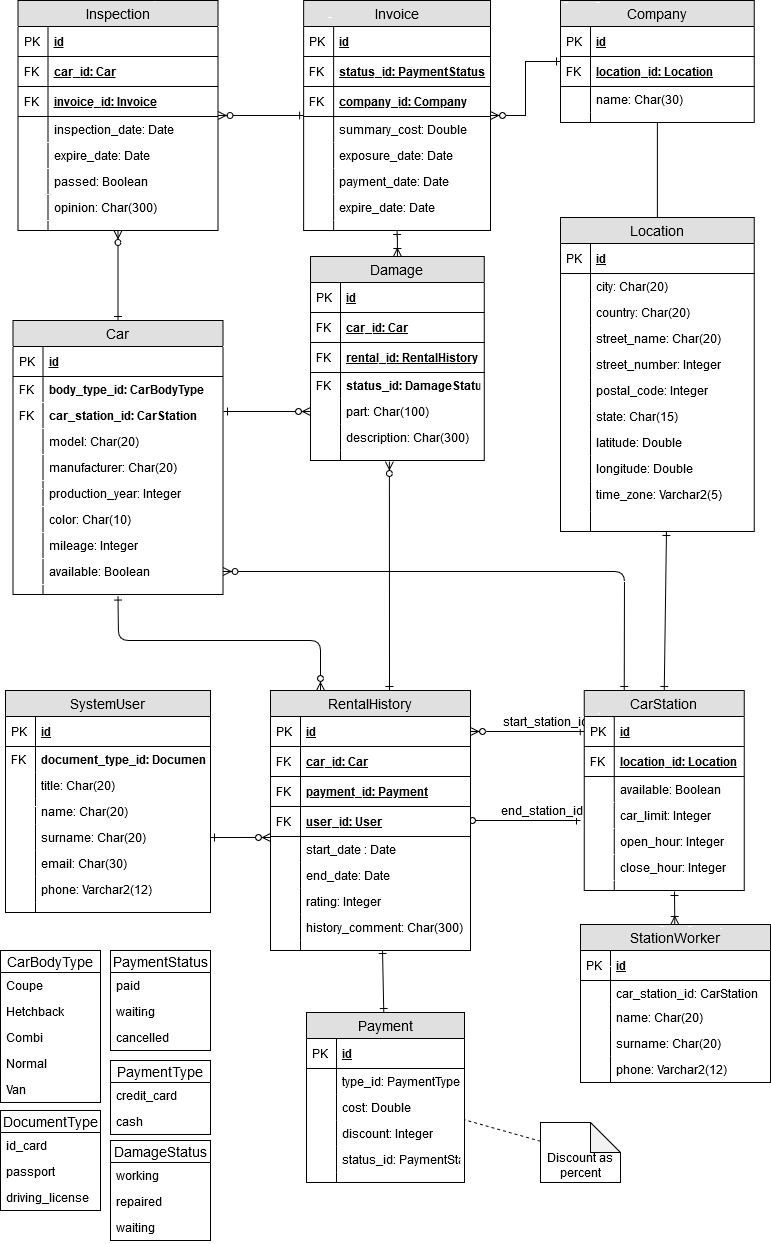
Before: ERD.png, a diagram exported from draw.io (mosurekImagination/ZSBD-studies-course). Source tidied: cells renumbered, new cells last; positions are measured from the earlier drawing's top-left corner, leaving out a move shared by most shapes.
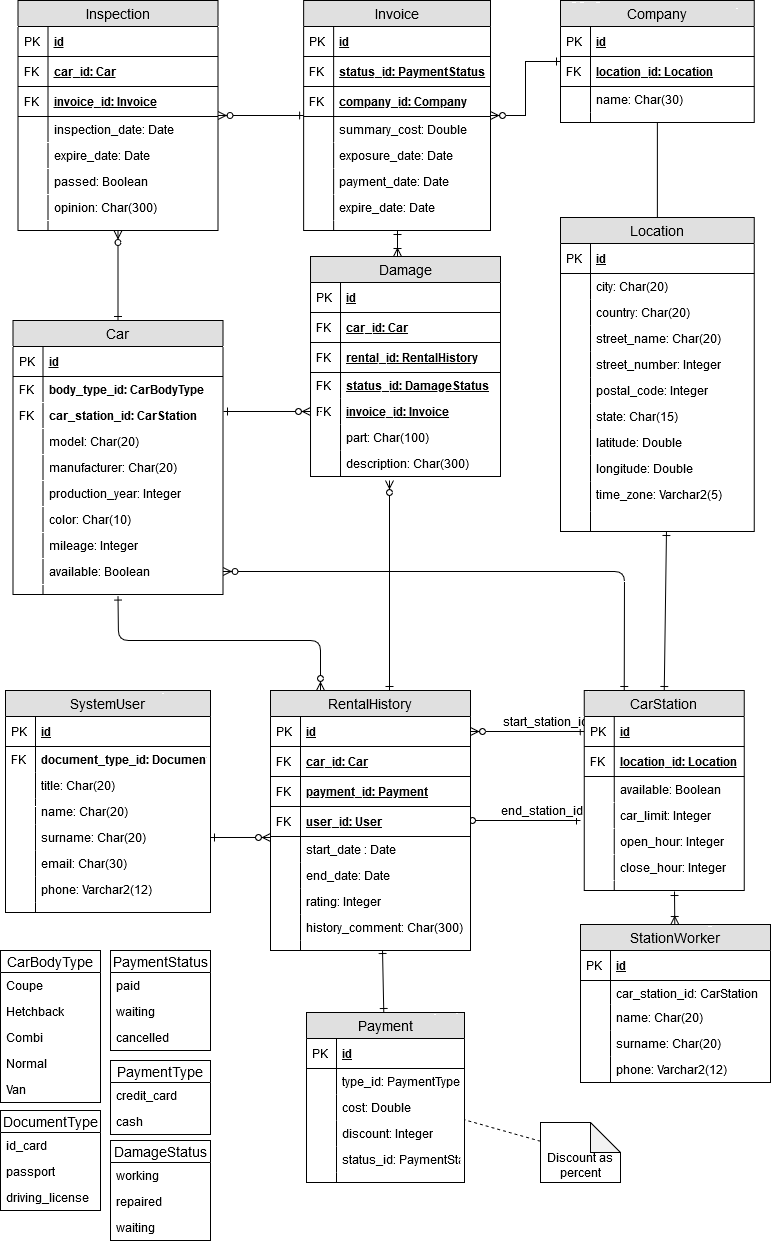
After the change.

Commit message:
Added invoice_id to Damage table

Diff of the diagram source:
```diff
@@ -3,53 +3,58 @@
     <mxCell id="0" />
     <mxCell id="1" parent="0" />
     <mxCell id="2" style="edgeStyle=orthogonalEdgeStyle;rounded=0;jettySize=auto;html=1;endArrow=ERone;endFill=0;startArrow=ERoneToMany;startFill=0;" parent="1" edge="1" source="3" target="19">
-      <mxGeometry relative="1" as="geometry" />
+      <mxGeometry relative="1" as="geometry">
+        <Array as="points">
+          <mxPoint x="397" y="250" />
+          <mxPoint x="397" y="250" />
+        </Array>
+      </mxGeometry>
     </mxCell>
     <mxCell id="3" value="Damage" style="swimlane;fontStyle=0;horizontal=1;startSize=26;fillColor=#e0e0e0;swimlaneFillColor=#ffffff;align=center;fontSize=14;" parent="1" vertex="1">
-      <mxGeometry x="310" y="256" width="173.8" height="204" as="geometry" />
+      <mxGeometry x="310" y="256" width="190" height="220" as="geometry" />
     </mxCell>
     <mxCell id="4" value="id" style="shape=partialRectangle;top=0;left=0;right=0;bottom=1;align=left;verticalAlign=middle;fillColor=none;spacingLeft=34;spacingRight=4;overflow=hidden;fontStyle=5;fontSize=12;" parent="3" vertex="1">
-      <mxGeometry y="26" width="173.8" height="30" as="geometry" />
+      <mxGeometry y="26" width="190" height="30" as="geometry" />
     </mxCell>
     <mxCell id="5" value="PK" style="shape=partialRectangle;top=0;left=0;bottom=0;fillColor=none;align=left;verticalAlign=middle;spacingLeft=4;spacingRight=4;overflow=hidden;fontSize=12;" parent="4" vertex="1">
       <mxGeometry width="30" height="30" as="geometry" />
     </mxCell>
     <mxCell id="6" value="car_id: Car" style="shape=partialRectangle;top=0;left=0;right=0;bottom=1;align=left;verticalAlign=middle;fillColor=none;spacingLeft=34;spacingRight=4;overflow=hidden;fontStyle=5;fontSize=12;" parent="3" vertex="1">
-      <mxGeometry y="56" width="173.8" height="30" as="geometry" />
+      <mxGeometry y="56" width="190" height="30" as="geometry" />
     </mxCell>
     <mxCell id="7" value="FK" style="shape=partialRectangle;top=0;left=0;bottom=0;fillColor=none;align=left;verticalAlign=middle;spacingLeft=4;spacingRight=4;overflow=hidden;fontSize=12;" parent="6" vertex="1">
       <mxGeometry width="30" height="30" as="geometry" />
     </mxCell>
     <mxCell id="8" value="rental_id: RentalHistory" style="shape=partialRectangle;top=0;left=0;right=0;bottom=1;align=left;verticalAlign=middle;fillColor=none;spacingLeft=34;spacingRight=4;overflow=hidden;fontStyle=5;fontSize=12;" parent="3" vertex="1">
-      <mxGeometry y="86" width="173.8" height="30" as="geometry" />
+      <mxGeometry y="86" width="190" height="30" as="geometry" />
     </mxCell>
     <mxCell id="9" value="FK" style="shape=partialRectangle;top=0;left=0;bottom=0;fillColor=none;align=left;verticalAlign=middle;spacingLeft=4;spacingRight=4;overflow=hidden;fontSize=12;" parent="8" vertex="1">
       <mxGeometry width="30" height="30" as="geometry" />
     </mxCell>
-    <mxCell id="10" value="status_id: DamageStatus" style="shape=partialRectangle;top=0;left=0;right=0;bottom=0;align=left;verticalAlign=top;fillColor=none;spacingLeft=34;spacingRight=4;overflow=hidden;fontSize=12;fontStyle=1;" parent="3" vertex="1">
-      <mxGeometry y="116" width="173.8" height="26" as="geometry" />
+    <mxCell id="10" value="status_id: DamageStatus" style="shape=partialRectangle;top=0;left=0;right=0;bottom=0;align=left;verticalAlign=middle;fillColor=none;spacingLeft=34;spacingRight=4;overflow=hidden;fontSize=12;fontStyle=5;" parent="3" vertex="1">
+      <mxGeometry y="116" width="190" height="26" as="geometry" />
     </mxCell>
     <mxCell id="11" value="FK" style="shape=partialRectangle;top=0;left=0;bottom=0;fillColor=none;align=left;verticalAlign=top;spacingLeft=4;spacingRight=4;overflow=hidden;fontSize=12;" parent="10" vertex="1">
       <mxGeometry width="30" height="26" as="geometry" />
     </mxCell>
+    <mxCell id="16" value="invoice_id: Invoice" style="shape=partialRectangle;top=0;left=0;right=0;bottom=0;align=left;verticalAlign=middle;fillColor=none;spacingLeft=34;spacingRight=4;overflow=hidden;points=[[0,0.5],[1,0.5]];portConstraint=eastwest;fontSize=12;fontStyle=5;" parent="3" vertex="1">
+      <mxGeometry y="142" width="190" height="26" as="geometry" />
+    </mxCell>
+    <mxCell id="17" value="FK" style="shape=partialRectangle;top=0;left=0;bottom=0;fillColor=none;align=left;verticalAlign=top;spacingLeft=4;spacingRight=4;overflow=hidden;fontSize=12;" parent="16" vertex="1">
+      <mxGeometry width="30" height="26" as="geometry" />
+    </mxCell>
     <mxCell id="12" value="part: Char(100)" style="shape=partialRectangle;top=0;left=0;right=0;bottom=0;align=left;verticalAlign=top;fillColor=none;spacingLeft=34;spacingRight=4;overflow=hidden;points=[[0,0.5],[1,0.5]];portConstraint=eastwest;fontSize=12;" parent="3" vertex="1">
-      <mxGeometry y="142" width="173.8" height="26" as="geometry" />
+      <mxGeometry y="168" width="190" height="26" as="geometry" />
     </mxCell>
     <mxCell id="13" style="shape=partialRectangle;top=0;left=0;bottom=0;fillColor=none;align=left;verticalAlign=top;spacingLeft=4;spacingRight=4;overflow=hidden;fontSize=12;" parent="12" vertex="1">
       <mxGeometry width="30" height="26" as="geometry" />
     </mxCell>
     <mxCell id="14" value="description: Char(300)" style="shape=partialRectangle;top=0;left=0;right=0;bottom=0;align=left;verticalAlign=top;fillColor=none;spacingLeft=34;spacingRight=4;overflow=hidden;fontSize=12;" parent="3" vertex="1">
-      <mxGeometry y="168" width="173.8" height="26" as="geometry" />
+      <mxGeometry y="194" width="190" height="26" as="geometry" />
     </mxCell>
     <mxCell id="15" style="shape=partialRectangle;top=0;left=0;bottom=0;fillColor=none;align=left;verticalAlign=top;spacingLeft=4;spacingRight=4;overflow=hidden;fontSize=12;" parent="14" vertex="1">
       <mxGeometry width="30" height="26" as="geometry" />
     </mxCell>
-    <mxCell id="16" style="shape=partialRectangle;top=0;left=0;right=0;bottom=0;align=left;verticalAlign=top;fillColor=none;spacingLeft=34;spacingRight=4;overflow=hidden;points=[[0,0.5],[1,0.5]];portConstraint=eastwest;fontSize=12;" parent="3" vertex="1">
-      <mxGeometry y="194" width="173.8" height="10" as="geometry" />
-    </mxCell>
-    <mxCell id="17" style="shape=partialRectangle;top=0;left=0;bottom=0;fillColor=none;align=left;verticalAlign=top;spacingLeft=4;spacingRight=4;overflow=hidden;fontSize=12;" parent="16" vertex="1">
-      <mxGeometry width="30" height="10" as="geometry" />
-    </mxCell>
     <mxCell id="18" style="edgeStyle=orthogonalEdgeStyle;rounded=0;jettySize=auto;html=1;endArrow=ERone;endFill=0;startArrow=ERzeroToMany;startFill=1;" parent="1" edge="1" source="19" target="36">
       <mxGeometry relative="1" as="geometry" />
     </mxCell>
@@ -260,8 +265,10 @@
     <mxCell id="87" style="endArrow=ERzeroToMany;html=1;startArrow=ERone;startFill=0;endFill=1;" parent="1" edge="1" source="185" target="70">
       <mxGeometry relative="1" as="geometry" />
     </mxCell>
-    <mxCell id="88" style="endArrow=ERzeroToMany;html=1;startArrow=ERone;startFill=0;endFill=1;entryX=0.454;entryY=1.1;entryDx=0;entryDy=0;entryPerimeter=0;exitX=0.595;exitY=0;exitDx=0;exitDy=0;exitPerimeter=0;" parent="1" edge="1" source="101" target="16">
-      <mxGeometry relative="1" as="geometry" />
+    <mxCell id="88" style="endArrow=ERzeroToMany;html=1;startArrow=ERone;startFill=0;endFill=1;exitX=0.595;exitY=0;exitDx=0;exitDy=0;exitPerimeter=0;" parent="1" edge="1" source="101">
+      <mxGeometry relative="1" as="geometry">
+        <mxPoint x="389" y="480" as="targetPoint" />
+      </mxGeometry>
     </mxCell>
     <mxCell id="89" style="endArrow=ERone;html=1;startArrow=ERzeroToMany;startFill=1;endFill=0;" parent="1" edge="1" source="70" target="19">
       <mxGeometry relative="1" as="geometry" />
@@ -302,7 +309,7 @@
         </Array>
       </mxGeometry>
     </mxCell>
-    <mxCell id="98" style="endArrow=ERzeroToMany;html=1;entryX=0;entryY=0.5;entryDx=0;entryDy=0;endFill=1;startArrow=ERone;startFill=0;" parent="1" edge="1" target="12">
+    <mxCell id="98" style="endArrow=ERzeroToMany;html=1;entryX=0;entryY=0.5;entryDx=0;entryDy=0;endFill=1;startArrow=ERone;startFill=0;" parent="1" edge="1" target="16">
       <mxGeometry relative="1" as="geometry">
         <mxPoint x="223" y="411" as="sourcePoint" />
       </mxGeometry>
```
